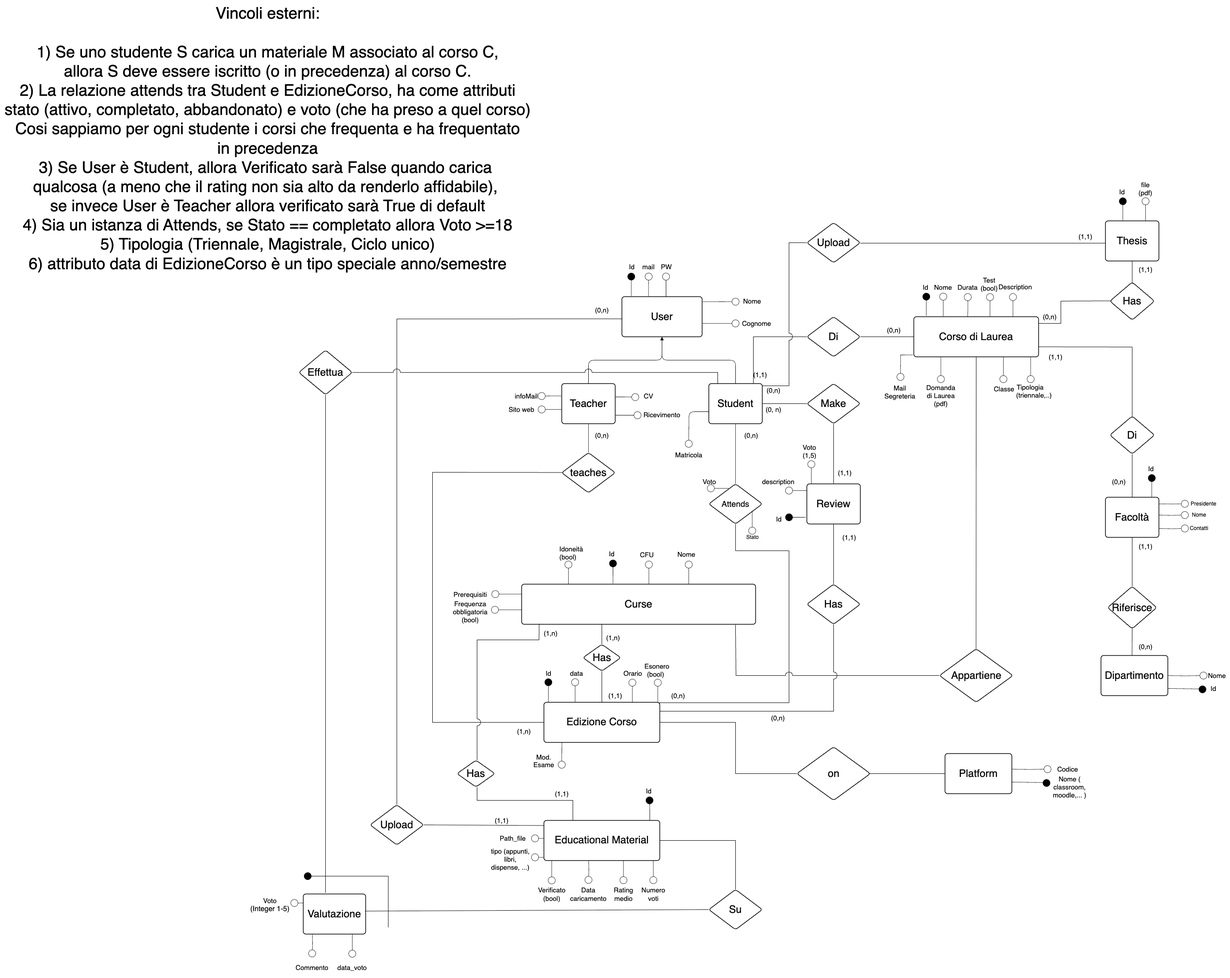
This is db/ER_FAQBuddy.drawio.png from prollyyes/faqbuddy, a draw.io export, as it was before one commit. Source tidied: cells renumbered, new cells last; positions are measured from the earlier drawing's top-left corner, leaving out a move shared by most shapes.
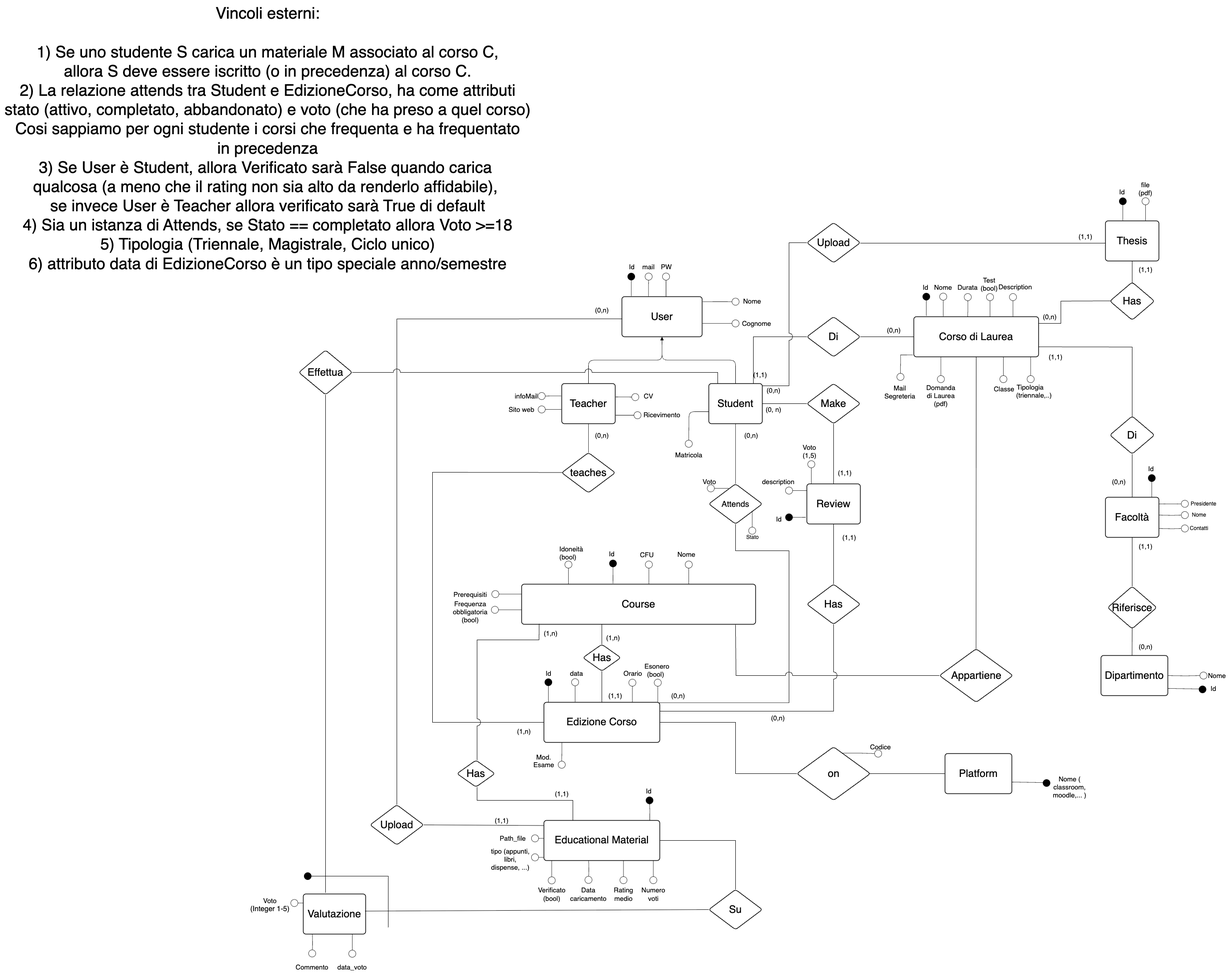
The same file after the commit.

Commit message:
fixed schema && added neon db for better testing

Diff of the diagram source:
```diff
@@ -59,7 +59,7 @@
     <mxCell id="14" value="Attends" style="html=1;overflow=block;blockSpacing=1;whiteSpace=wrap;rhombus;fontSize=18.3;align=center;spacing=3.8;strokeOpacity=100;rounded=1;absoluteArcSize=1;arcSize=12;strokeWidth=1.5;lucidId=53bq0ZVWEKm7;" parent="1" vertex="1">
       <mxGeometry x="1590" y="1085" width="120" height="90" as="geometry" />
     </mxCell>
-    <mxCell id="15" value="Curse" style="html=1;overflow=block;blockSpacing=1;whiteSpace=wrap;fontSize=23.3;align=center;spacing=9;strokeOpacity=100;rounded=1;absoluteArcSize=1;arcSize=12;strokeWidth=1.5;lucidId=r4bqCX~QoyMt;" parent="1" vertex="1">
+    <mxCell id="15" value="Course" style="html=1;overflow=block;blockSpacing=1;whiteSpace=wrap;fontSize=23.3;align=center;spacing=9;strokeOpacity=100;rounded=1;absoluteArcSize=1;arcSize=12;strokeWidth=1.5;lucidId=r4bqCX~QoyMt;" parent="1" vertex="1">
       <mxGeometry x="1170" y="1310" width="525" height="90" as="geometry" />
     </mxCell>
     <mxCell id="16" style="html=1;jettySize=18;whiteSpace=wrap;fontSize=13;strokeOpacity=100;strokeWidth=0.8;rounded=1;arcSize=24;edgeStyle=orthogonalEdgeStyle;startArrow=none;endArrow=none;exitX=0.5;exitY=0;exitPerimeter=0;entryX=0.5;entryY=1;entryPerimeter=0;lucidId=86bqMcM2fCf1;" parent="1" edge="1" source="14" target="10">
@@ -530,12 +530,16 @@
     </mxCell>
     <mxCell id="119" style="html=1;jettySize=18;whiteSpace=wrap;fontSize=13;strokeOpacity=100;strokeWidth=0.8;rounded=0;arcSize=24;edgeStyle=orthogonalEdgeStyle;startArrow=none;endArrow=oval;endFill=0;endSize=16;lucidId=L_bq1kCQhnvb;exitX=1.015;exitY=0.446;exitDx=0;exitDy=0;curved=0;exitPerimeter=0;" parent="1" edge="1">
       <mxGeometry relative="1" as="geometry">
-        <mxPoint x="2270" y="1725.1" as="sourcePoint" />
-        <mxPoint x="2350" y="1725" as="targetPoint" />
+        <mxPoint x="1890" y="1689.1" as="sourcePoint" />
+        <mxPoint x="1970" y="1689" as="targetPoint" />
+        <Array as="points">
+          <mxPoint x="1930" y="1689" />
+          <mxPoint x="1970" y="1690" />
+        </Array>
       </mxGeometry>
     </mxCell>
     <mxCell id="120" value="&lt;font style=&quot;font-size: 15px;&quot;&gt;Codice&lt;/font&gt;" style="text;html=1;align=center;verticalAlign=middle;strokeColor=none;fillColor=none;" parent="1" vertex="1">
-      <mxGeometry x="2360" y="1710" width="70" height="30" as="geometry" />
+      <mxGeometry x="1940" y="1660" width="70" height="30" as="geometry" />
     </mxCell>
     <mxCell id="121" style="html=1;jettySize=18;whiteSpace=wrap;fontSize=13;strokeOpacity=100;strokeWidth=0.8;rounded=1;arcSize=24;edgeStyle=orthogonalEdgeStyle;startArrow=none;endArrow=oval;endFill=0;endSize=16;exitX=-0.006;exitY=0.5;exitPerimeter=0;lucidId=abcq19qq327r;" parent="1" edge="1">
       <mxGeometry relative="1" as="geometry">
```
